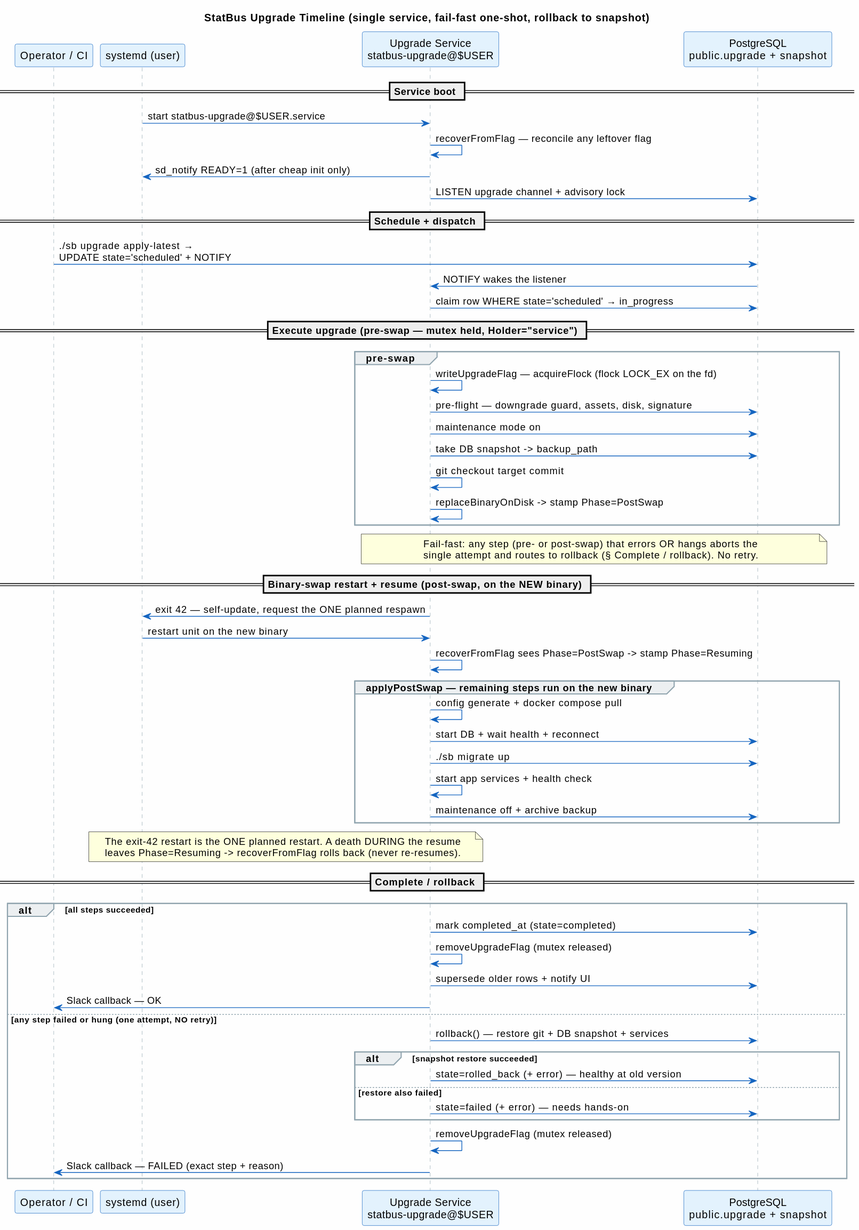
The PlantUML diagram doc/diagrams/upgrade-timeline.svg in statisticsnorway/statbus, before a commit.
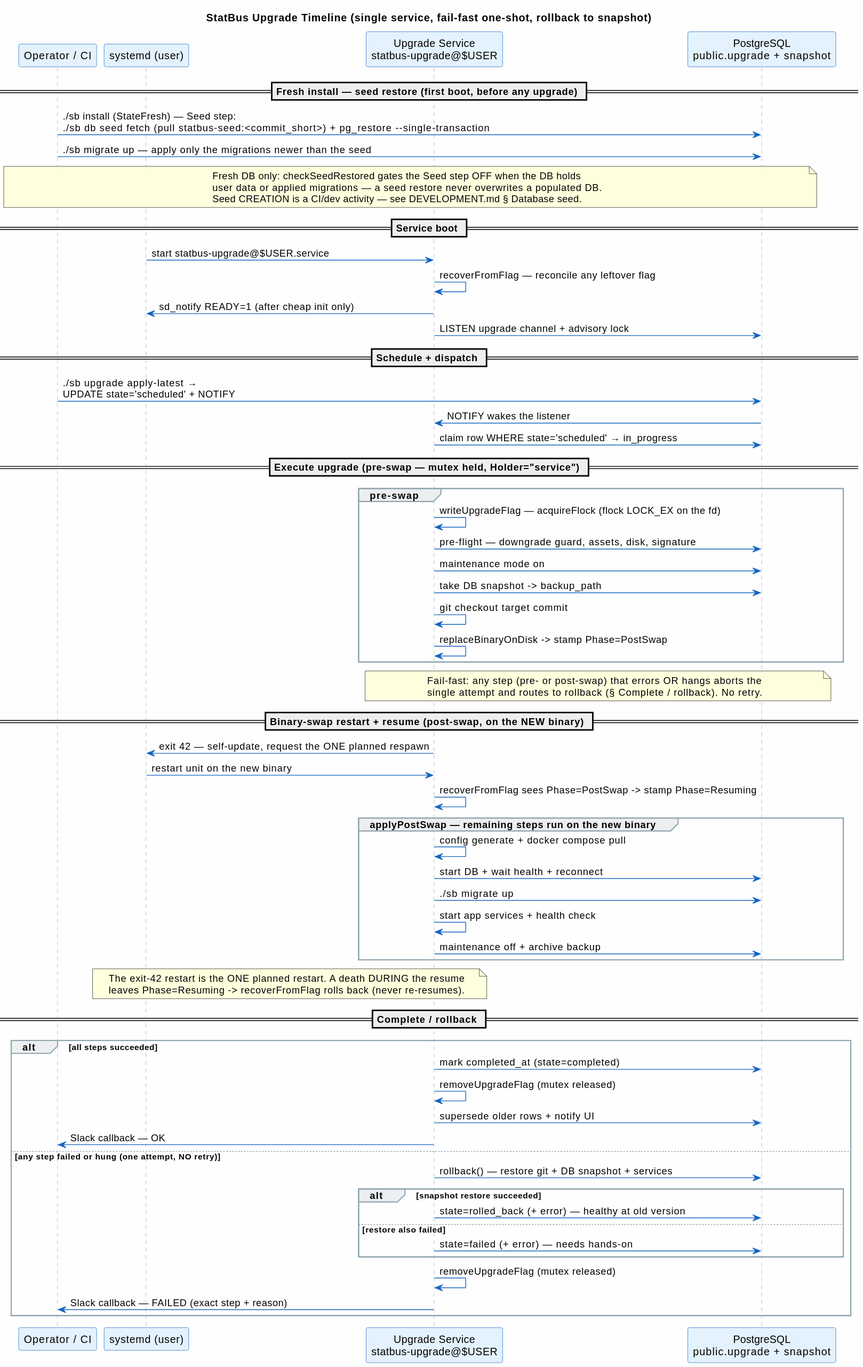
The same diagram one commit later.

Commit message:
doc: seed lifecycle — creation in dev guide, restore in upgrade timeline

What changed in the source:
```diff
@@ -15,6 +15,15 @@
 participant "systemd (user)" as systemd
 participant "Upgrade Service\nstatbus-upgrade@$USER" as service
 participant "PostgreSQL\npublic.upgrade + snapshot" as db
+
+== Fresh install — seed restore (first boot, before any upgrade) ==
+cici -> db : ./sb install (StateFresh) — Seed step:\n./sb db seed fetch (pull statbus-seed:<commit_short>) + pg_restore --single-transaction
+cici -> db : ./sb migrate up — apply only the migrations newer than the seed
+note over cici, db
+  Fresh DB only: checkSeedRestored gates the Seed step OFF when the DB holds
+  user data or applied migrations — a seed restore never overwrites a populated DB.
+  Seed CREATION is a CI/dev activity — see DEVELOPMENT.md § Database seed.
+end note
 
 == Service boot ==
 systemd -> service : start statbus-upgrade@$USER.service
```
